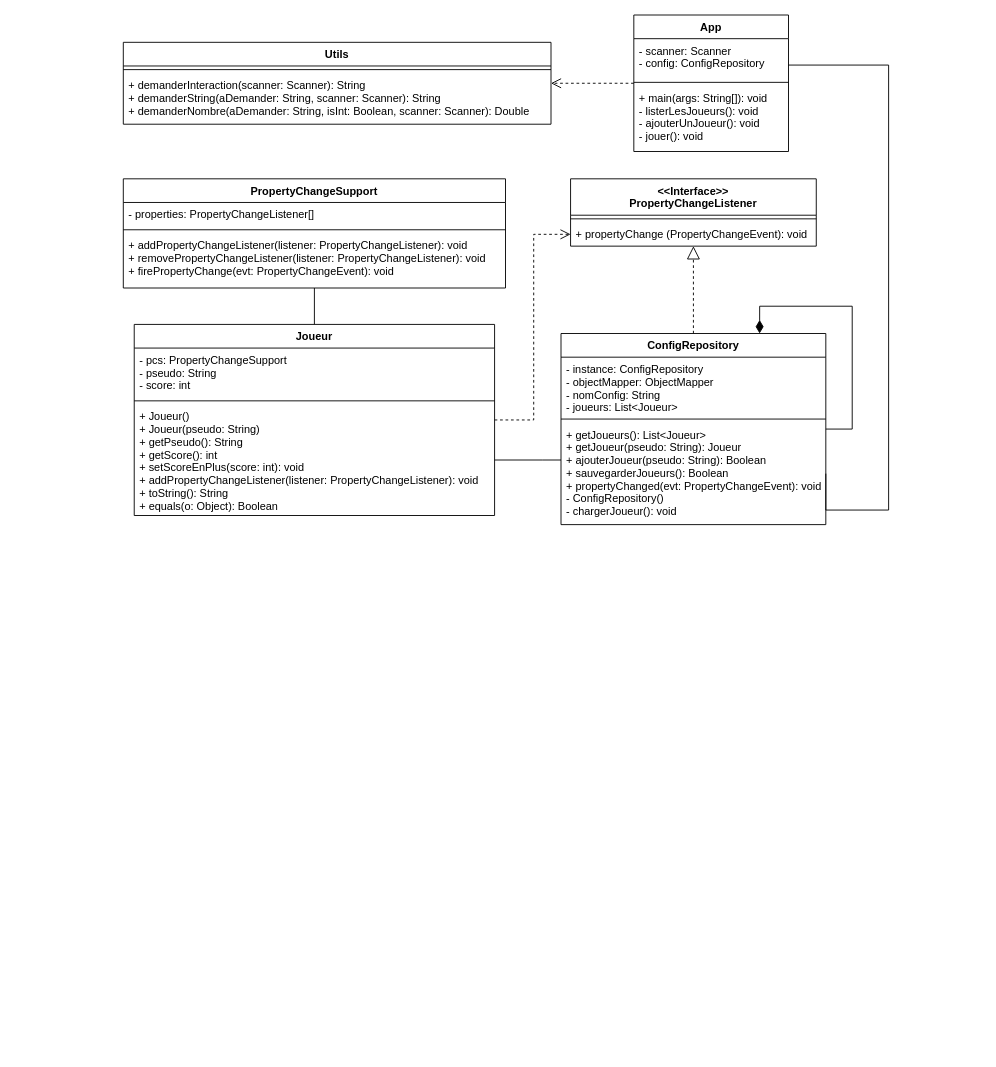
Above: docs/UMLProject.drawio in louangr/MorpionDesignPatterns (draw.io), before the change. Source tidied: cells renumbered, new cells numbered last; positions are measured from the earlier drawing's top-left corner, leaving out a move shared by most shapes. Both pictures are drawn from the tidied source at 91%, with x=0, y=0 at pixel (123, 15).
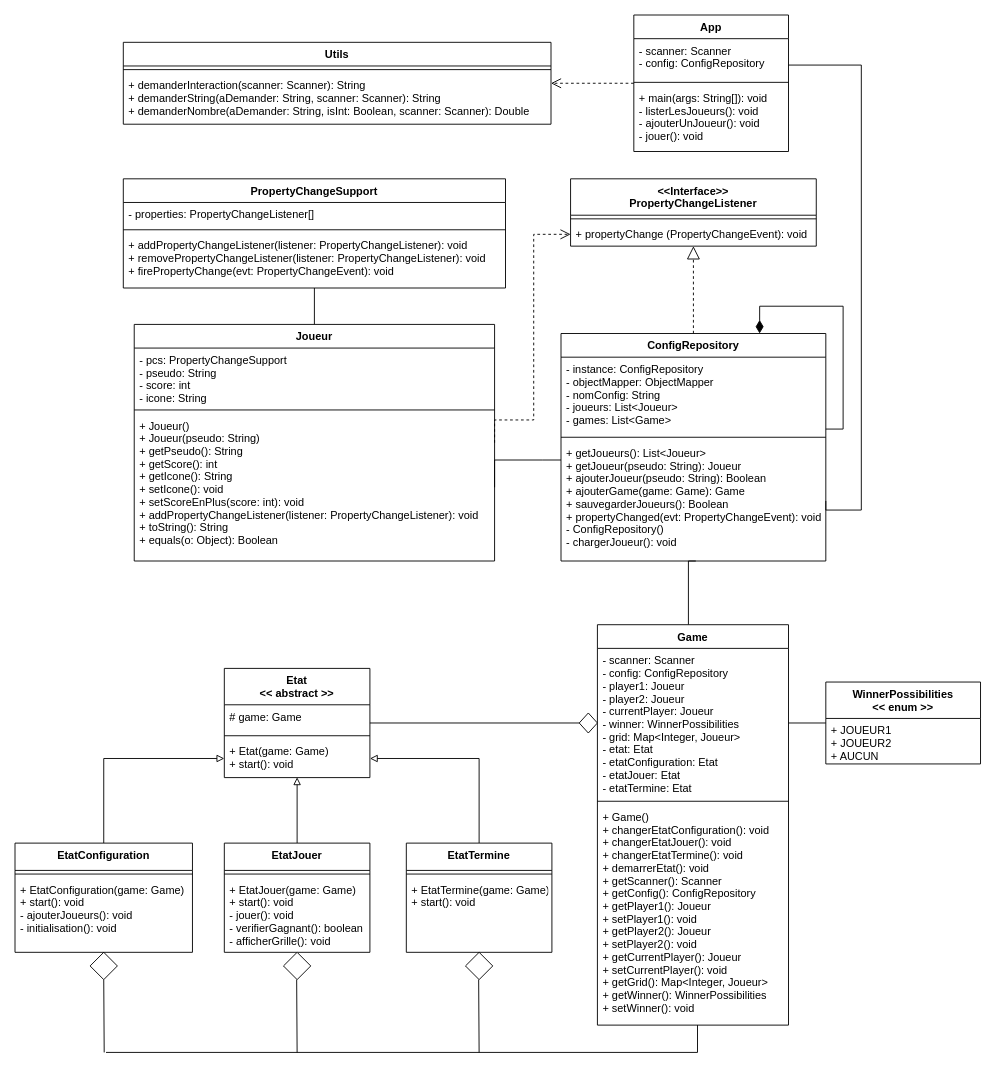
After the change.

Unchanged cells that the change refers to:
```xml
<mxCell id="24" value="App" style="swimlane;fontStyle=1;align=center;verticalAlign=top;horizontal=1;startSize=26;" parent="1" vertex="1">
  <mxGeometry x="561" width="170" height="150" as="geometry" />
</mxCell>
```

Change to the diagram source:
```diff
@@
     <mxCell id="7" value="ConfigRepository" style="swimlane;fontStyle=1;align=center;verticalAlign=top;horizontal=1;startSize=26;" parent="1" vertex="1">
-      <mxGeometry x="481" y="350" width="291" height="210" as="geometry" />
+      <mxGeometry x="481" y="350" width="291" height="250" as="geometry" />
     </mxCell>
-    <mxCell id="8" value="- instance: ConfigRepository&#10;- objectMapper: ObjectMapper&#10;- nomConfig: String&#10;- joueurs: List&lt;Joueur&gt;" style="text;strokeColor=none;fillColor=none;align=left;verticalAlign=top;spacingLeft=4;spacingRight=4;overflow=hidden;" parent="7" vertex="1">
-      <mxGeometry y="26" width="291" height="64" as="geometry" />
+    <mxCell id="8" value="- instance: ConfigRepository&#10;- objectMapper: ObjectMapper&#10;- nomConfig: String&#10;- joueurs: List&lt;Joueur&gt;&#10;- games: List&lt;Game&gt;" style="text;strokeColor=none;fillColor=none;align=left;verticalAlign=top;spacingLeft=4;spacingRight=4;overflow=hidden;" parent="7" vertex="1">
+      <mxGeometry y="26" width="291" height="84" as="geometry" />
     </mxCell>
     <mxCell id="9" style="line;strokeWidth=1;fillColor=none;align=left;verticalAlign=middle;spacingTop=-1;spacingLeft=3;spacingRight=3;labelPosition=right;" parent="7" vertex="1">
-      <mxGeometry y="90" width="291" height="8" as="geometry" />
+      <mxGeometry y="110" width="291" height="8" as="geometry" />
     </mxCell>
-    <mxCell id="10" value="+ getJoueurs(): List&lt;Joueur&gt;&#10;+ getJoueur(pseudo: String): Joueur&#10;+ ajouterJoueur(pseudo: String): Boolean&#10;+ sauvegarderJoueurs(): Boolean&#10;+ propertyChanged(evt: PropertyChangeEvent): void&#10;- ConfigRepository()&#10;- chargerJoueur(): void" style="text;strokeColor=none;fillColor=none;align=left;verticalAlign=top;spacingLeft=4;spacingRight=4;overflow=hidden;points=[[0,0.5],[1,0.5]];portConstraint=eastwest;" parent="7" vertex="1">
-      <mxGeometry y="98" width="291" height="112" as="geometry" />
+    <mxCell id="10" value="+ getJoueurs(): List&lt;Joueur&gt;&#10;+ getJoueur(pseudo: String): Joueur&#10;+ ajouterJoueur(pseudo: String): Boolean&#10;+ ajouterGame(game: Game): Game&#10;+ sauvegarderJoueurs(): Boolean&#10;+ propertyChanged(evt: PropertyChangeEvent): void&#10;- ConfigRepository()&#10;- chargerJoueur(): void" style="text;strokeColor=none;fillColor=none;align=left;verticalAlign=top;spacingLeft=4;spacingRight=4;overflow=hidden;points=[[0,0.5],[1,0.5]];portConstraint=eastwest;" parent="7" vertex="1">
+      <mxGeometry y="118" width="291" height="132" as="geometry" />
     </mxCell>
@@
     <mxCell id="12" value="Joueur" style="swimlane;fontStyle=1;align=center;verticalAlign=top;horizontal=1;startSize=26;" parent="1" vertex="1">
-      <mxGeometry x="12" y="340" width="396" height="210" as="geometry" />
+      <mxGeometry x="12" y="340" width="396" height="260" as="geometry" />
     </mxCell>
-    <mxCell id="13" value="- pcs: PropertyChangeSupport&#10;- pseudo: String&#10;- score: int" style="text;strokeColor=none;fillColor=none;align=left;verticalAlign=top;spacingLeft=4;spacingRight=4;overflow=hidden;" parent="12" vertex="1">
-      <mxGeometry y="26" width="396" height="54" as="geometry" />
+    <mxCell id="13" value="- pcs: PropertyChangeSupport&#10;- pseudo: String&#10;- score: int&#10;- icone: String" style="text;strokeColor=none;fillColor=none;align=left;verticalAlign=top;spacingLeft=4;spacingRight=4;overflow=hidden;" parent="12" vertex="1">
+      <mxGeometry y="26" width="396" height="64" as="geometry" />
     </mxCell>
     <mxCell id="14" style="line;strokeWidth=1;fillColor=none;align=left;verticalAlign=middle;spacingTop=-1;spacingLeft=3;spacingRight=3;labelPosition=right;" parent="12" vertex="1">
-      <mxGeometry y="80" width="396" height="8" as="geometry" />
+      <mxGeometry y="90" width="396" height="8" as="geometry" />
     </mxCell>
-    <mxCell id="15" value="+ Joueur()&#10;+ Joueur(pseudo: String)&#10;+ getPseudo(): String&#10;+ getScore(): int&#10;+ setScoreEnPlus(score: int): void&#10;+ addPropertyChangeListener(listener: PropertyChangeListener): void&#10;+ toString(): String&#10;+ equals(o: Object): Boolean" style="text;strokeColor=none;fillColor=none;align=left;verticalAlign=top;spacingLeft=4;spacingRight=4;overflow=hidden;points=[[0,0.5],[1,0.5]];portConstraint=eastwest;" parent="12" vertex="1">
-      <mxGeometry y="88" width="396" height="122" as="geometry" />
+    <mxCell id="15" value="+ Joueur()&#10;+ Joueur(pseudo: String)&#10;+ getPseudo(): String&#10;+ getScore(): int&#10;+ getIcone(): String&#10;+ setIcone(): void&#10;+ setScoreEnPlus(score: int): void&#10;+ addPropertyChangeListener(listener: PropertyChangeListener): void&#10;+ toString(): String&#10;+ equals(o: Object): Boolean" style="text;strokeColor=none;fillColor=none;align=left;verticalAlign=top;spacingLeft=4;spacingRight=4;overflow=hidden;points=[[0,0.5],[1,0.5]];portConstraint=eastwest;" parent="12" vertex="1">
+      <mxGeometry y="98" width="396" height="162" as="geometry" />
     </mxCell>
@@
     <mxCell id="21" style="edgeStyle=orthogonalEdgeStyle;rounded=0;orthogonalLoop=1;jettySize=auto;html=1;entryX=0.75;entryY=0;entryDx=0;entryDy=0;endArrow=diamondThin;endFill=1;endSize=12;" parent="1" edge="1" source="7" target="7">
       <mxGeometry relative="1" as="geometry">
         <Array as="points">
-          <mxPoint x="801" y="455" />
-          <mxPoint x="801" y="320" />
+          <mxPoint x="791" y="455" />
+          <mxPoint x="791" y="320" />
           <mxPoint x="699" y="320" />
         </Array>
       </mxGeometry>
     </mxCell>
     <mxCell id="22" style="edgeStyle=orthogonalEdgeStyle;rounded=0;jettySize=auto;html=1;entryX=1;entryY=0.5;entryDx=0;entryDy=0;endArrow=none;endFill=0;" parent="1" edge="1" source="24" target="10">
       <mxGeometry relative="1" as="geometry">
         <Array as="points">
-          <mxPoint x="841" y="55" />
-          <mxPoint x="841" y="544" />
+          <mxPoint x="811" y="55" />
+          <mxPoint x="811" y="544" />
+          <mxPoint x="772" y="544" />
         </Array>
       </mxGeometry>
     </mxCell>
@@
+    <mxCell id="31" style="edgeStyle=orthogonalEdgeStyle;rounded=0;jettySize=auto;html=1;entryX=0.509;entryY=1;entryDx=0;entryDy=0;entryPerimeter=0;endArrow=none;endFill=0;" parent="1" edge="1" source="32" target="10">
+      <mxGeometry relative="1" as="geometry">
+        <Array as="points">
+          <mxPoint x="621" y="600" />
+        </Array>
+      </mxGeometry>
+    </mxCell>
+    <mxCell id="32" value="Game" style="swimlane;fontStyle=1;align=center;verticalAlign=top;horizontal=1;startSize=26;" parent="1" vertex="1">
+      <mxGeometry x="521" y="670" width="210" height="440" as="geometry" />
+    </mxCell>
+    <mxCell id="33" value="- scanner: Scanner&#10;- config: ConfigRepository&#10;- player1: Joueur&#10;- player2: Joueur&#10;- currentPlayer: Joueur&#10;- winner: WinnerPossibilities&#10;- grid: Map&lt;Integer, Joueur&gt;&#10;- etat: Etat&#10;- etatConfiguration: Etat&#10;- etatJouer: Etat&#10;- etatTermine: Etat" style="text;strokeColor=none;fillColor=none;align=left;verticalAlign=top;spacingLeft=4;spacingRight=4;overflow=hidden;points=[[0,0.5],[1,0.5]];portConstraint=eastwest;" parent="32" vertex="1">
+      <mxGeometry y="26" width="210" height="164" as="geometry" />
+    </mxCell>
+    <mxCell id="34" style="line;strokeWidth=1;fillColor=none;align=left;verticalAlign=middle;spacingTop=-1;spacingLeft=3;spacingRight=3;labelPosition=right;" parent="32" vertex="1">
+      <mxGeometry y="190" width="210" height="8" as="geometry" />
+    </mxCell>
+    <mxCell id="35" value="+ Game()&#10;+ changerEtatConfiguration(): void&#10;+ changerEtatJouer(): void&#10;+ changerEtatTermine(): void&#10;+ demarrerEtat(): void&#10;+ getScanner(): Scanner&#10;+ getConfig(): ConfigRepository&#10;+ getPlayer1(): Joueur&#10;+ setPlayer1(): void&#10;+ getPlayer2(): Joueur&#10;+ setPlayer2(): void&#10;+ getCurrentPlayer(): Joueur&#10;+ setCurrentPlayer(): void&#10;+ getGrid(): Map&lt;Integer, Joueur&gt;&#10;+ getWinner(): WinnerPossibilities&#10;+ setWinner(): void" style="text;strokeColor=none;fillColor=none;align=left;verticalAlign=top;spacingLeft=4;spacingRight=4;overflow=hidden;" parent="32" vertex="1">
+      <mxGeometry y="198" width="210" height="242" as="geometry" />
+    </mxCell>
+    <mxCell id="36" style="edgeStyle=orthogonalEdgeStyle;rounded=0;jettySize=auto;html=1;entryX=1;entryY=0.5;entryDx=0;entryDy=0;endArrow=none;endFill=0;" parent="1" edge="1" source="37" target="33">
+      <mxGeometry relative="1" as="geometry" />
+    </mxCell>
+    <mxCell id="37" value="WinnerPossibilities&#10;&lt;&lt; enum &gt;&gt;" style="swimlane;fontStyle=1;align=center;verticalAlign=top;horizontal=1;startSize=40;" parent="1" vertex="1">
+      <mxGeometry x="772" y="733" width="170" height="90" as="geometry" />
+    </mxCell>
+    <mxCell id="38" value="+ JOUEUR1&#10;+ JOUEUR2&#10;+ AUCUN" style="text;strokeColor=none;fillColor=none;align=left;verticalAlign=top;spacingLeft=4;spacingRight=4;overflow=hidden;" parent="37" vertex="1">
+      <mxGeometry y="40" width="170" height="50" as="geometry" />
+    </mxCell>
+    <mxCell id="39" value="Etat&#10;&lt;&lt; abstract &gt;&gt;" style="swimlane;fontStyle=1;align=center;verticalAlign=top;horizontal=1;startSize=40;" parent="1" vertex="1">
+      <mxGeometry x="111" y="718" width="160" height="120" as="geometry" />
+    </mxCell>
+    <mxCell id="40" value="# game: Game" style="text;strokeColor=none;fillColor=none;align=left;verticalAlign=top;spacingLeft=4;spacingRight=4;overflow=hidden;" parent="39" vertex="1">
+      <mxGeometry y="40" width="160" height="30" as="geometry" />
+    </mxCell>
+    <mxCell id="41" style="line;strokeWidth=1;fillColor=none;align=left;verticalAlign=middle;spacingTop=-1;spacingLeft=3;spacingRight=3;labelPosition=right;" parent="39" vertex="1">
+      <mxGeometry y="70" width="160" height="8" as="geometry" />
+    </mxCell>
+    <mxCell id="42" value="+ Etat(game: Game)&#10;+ start(): void" style="text;strokeColor=none;fillColor=none;align=left;verticalAlign=top;spacingLeft=4;spacingRight=4;overflow=hidden;points=[[0,0.5],[1,0.5]];portConstraint=eastwest;" parent="39" vertex="1">
+      <mxGeometry y="78" width="160" height="42" as="geometry" />
+    </mxCell>
+    <mxCell id="43" style="rhombus;whiteSpace=wrap;html=1;" parent="1" vertex="1">
+      <mxGeometry x="501" y="767" width="20" height="22" as="geometry" />
+    </mxCell>
+    <mxCell id="44" style="edgeStyle=orthogonalEdgeStyle;rounded=0;jettySize=auto;html=1;endArrow=none;endFill=0;entryX=0;entryY=0.5;entryDx=0;entryDy=0;" parent="1" edge="1" source="39" target="43">
+      <mxGeometry relative="1" as="geometry" />
+    </mxCell>
+    <mxCell id="45" style="rhombus;whiteSpace=wrap;html=1;fontColor=default;strokeColor=default;fillColor=default;" parent="1" vertex="1">
+      <mxGeometry x="-36.5" y="1030" width="30" height="30" as="geometry" />
+    </mxCell>
+    <mxCell id="46" style="rhombus;whiteSpace=wrap;html=1;fontColor=default;strokeColor=default;fillColor=default;" parent="1" vertex="1">
+      <mxGeometry x="376" y="1030" width="30" height="30" as="geometry" />
+    </mxCell>
+    <mxCell id="47" style="edgeStyle=orthogonalEdgeStyle;rounded=0;jettySize=auto;html=1;endArrow=block;endFill=0;" parent="1" edge="1" source="48" target="42">
+      <mxGeometry relative="1" as="geometry" />
+    </mxCell>
+    <mxCell id="48" value="EtatConfiguration" style="swimlane;fontStyle=1;align=center;verticalAlign=top;horizontal=1;startSize=30;" parent="1" vertex="1">
+      <mxGeometry x="-119" y="910" width="195" height="120" as="geometry" />
+    </mxCell>
+    <mxCell id="49" style="line;strokeWidth=1;fillColor=none;align=left;verticalAlign=middle;spacingTop=-1;spacingLeft=3;spacingRight=3;labelPosition=right;" parent="48" vertex="1">
+      <mxGeometry y="30" width="195" height="8" as="geometry" />
+    </mxCell>
+    <mxCell id="50" value="+ EtatConfiguration(game: Game)&#10;+ start(): void&#10;- ajouterJoueurs(): void&#10;- initialisation(): void" style="text;strokeColor=none;fillColor=none;align=left;verticalAlign=top;spacingLeft=4;spacingRight=4;overflow=hidden;" parent="48" vertex="1">
+      <mxGeometry y="38" width="195" height="82" as="geometry" />
+    </mxCell>
+    <mxCell id="51" style="edgeStyle=orthogonalEdgeStyle;rounded=0;jettySize=auto;html=1;entryX=0.5;entryY=0.993;entryDx=0;entryDy=0;entryPerimeter=0;endArrow=block;endFill=0;" parent="1" edge="1" source="52" target="42">
+      <mxGeometry relative="1" as="geometry" />
+    </mxCell>
+    <mxCell id="52" value="EtatJouer" style="swimlane;fontStyle=1;align=center;verticalAlign=top;horizontal=1;startSize=30;" parent="1" vertex="1">
+      <mxGeometry x="111" y="910" width="160" height="120" as="geometry" />
+    </mxCell>
+    <mxCell id="53" style="line;strokeWidth=1;fillColor=none;align=left;verticalAlign=middle;spacingTop=-1;spacingLeft=3;spacingRight=3;labelPosition=right;" parent="52" vertex="1">
+      <mxGeometry y="30" width="160" height="8" as="geometry" />
+    </mxCell>
+    <mxCell id="54" value="+ EtatJouer(game: Game)&#10;+ start(): void&#10;- jouer(): void&#10;- verifierGagnant(): boolean&#10;- afficherGrille(): void" style="text;strokeColor=none;fillColor=none;align=left;verticalAlign=top;spacingLeft=4;spacingRight=4;overflow=hidden;" parent="52" vertex="1">
+      <mxGeometry y="38" width="160" height="82" as="geometry" />
+    </mxCell>
+    <mxCell id="55" style="edgeStyle=orthogonalEdgeStyle;rounded=0;jettySize=auto;html=1;entryX=1;entryY=0.5;entryDx=0;entryDy=0;endArrow=block;endFill=0;" parent="1" edge="1" source="56" target="42">
+      <mxGeometry relative="1" as="geometry" />
+    </mxCell>
+    <mxCell id="56" value="EtatTermine" style="swimlane;fontStyle=1;align=center;verticalAlign=top;horizontal=1;startSize=30;" parent="1" vertex="1">
+      <mxGeometry x="311" y="910" width="160" height="120" as="geometry" />
+    </mxCell>
+    <mxCell id="57" style="line;strokeWidth=1;fillColor=none;align=left;verticalAlign=middle;spacingTop=-1;spacingLeft=3;spacingRight=3;labelPosition=right;" parent="56" vertex="1">
+      <mxGeometry y="30" width="160" height="8" as="geometry" />
+    </mxCell>
+    <mxCell id="58" value="+ EtatTermine(game: Game)&#10;+ start(): void&#10;" style="text;strokeColor=none;fillColor=none;align=left;verticalAlign=top;spacingLeft=4;spacingRight=4;overflow=hidden;" parent="56" vertex="1">
+      <mxGeometry y="38" width="160" height="82" as="geometry" />
+    </mxCell>
+    <mxCell id="59" style="rhombus;whiteSpace=wrap;html=1;fontColor=default;strokeColor=default;fillColor=default;" parent="1" vertex="1">
+      <mxGeometry x="176" y="1030" width="30" height="30" as="geometry" />
+    </mxCell>
+    <mxCell id="60" style="endArrow=none;html=1;rounded=0;" parent="1" edge="1">
+      <mxGeometry relative="1" as="geometry">
+        <mxPoint x="631" y="1140" as="sourcePoint" />
+        <mxPoint x="631" y="1110" as="targetPoint" />
+      </mxGeometry>
+    </mxCell>
+    <mxCell id="61" style="endArrow=none;html=1;rounded=0;" parent="1" edge="1">
+      <mxGeometry relative="1" as="geometry">
+        <mxPoint x="631" y="1140" as="sourcePoint" />
+        <mxPoint x="-19" y="1140" as="targetPoint" />
+      </mxGeometry>
+    </mxCell>
+    <mxCell id="62" style="endArrow=none;html=1;rounded=0;entryX=0.5;entryY=1;entryDx=0;entryDy=0;" parent="1" edge="1" target="45">
+      <mxGeometry relative="1" as="geometry">
+        <mxPoint x="-21" y="1140" as="sourcePoint" />
+      </mxGeometry>
+    </mxCell>
+    <mxCell id="63" style="endArrow=none;html=1;rounded=0;entryX=0.5;entryY=1;entryDx=0;entryDy=0;" parent="1" edge="1">
+      <mxGeometry relative="1" as="geometry">
+        <mxPoint x="191" y="1140" as="sourcePoint" />
+        <mxPoint x="190.5" y="1060" as="targetPoint" />
+      </mxGeometry>
+    </mxCell>
+    <mxCell id="64" style="endArrow=none;html=1;rounded=0;entryX=0.5;entryY=1;entryDx=0;entryDy=0;" parent="1" edge="1">
+      <mxGeometry relative="1" as="geometry">
+        <mxPoint x="391" y="1140" as="sourcePoint" />
+        <mxPoint x="390.5" y="1060" as="targetPoint" />
+      </mxGeometry>
+    </mxCell>
```
